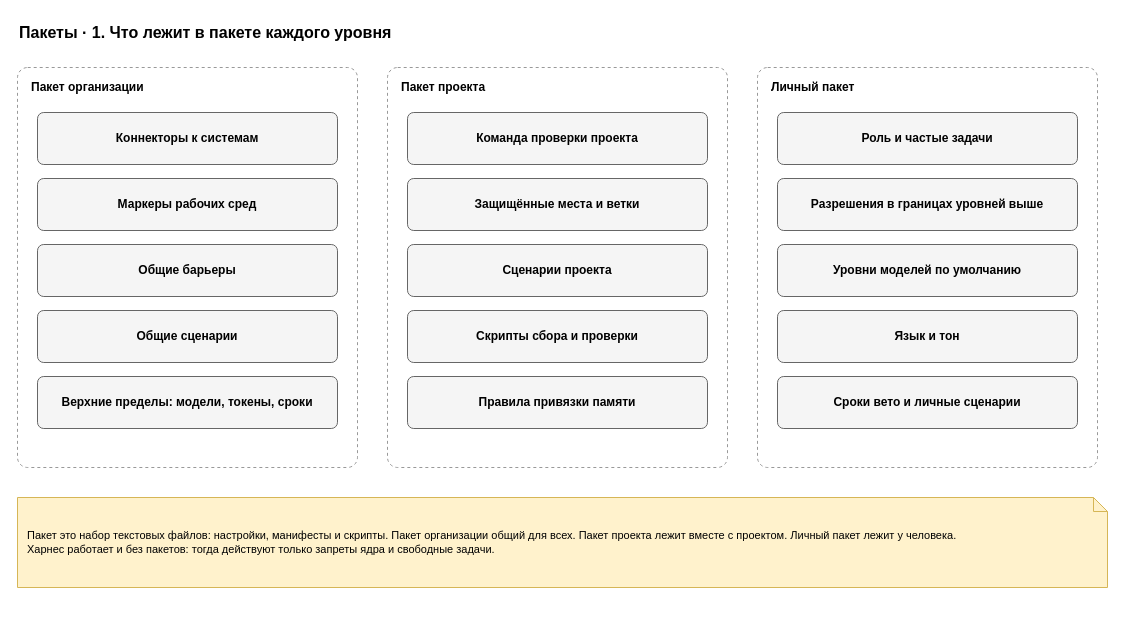
This is page "1. Состав" (1 of 5) of docs/spec/harness-packs.drawio from roygkov/reins, a draw.io file, before an edit. Source tidied: cells renumbered, new cells numbered last; positions are measured from the earlier drawing's top-left corner, leaving out a move shared by most shapes. Both pictures are drawn from the tidied source at 100%, with x=0, y=0 at pixel (17, 17).
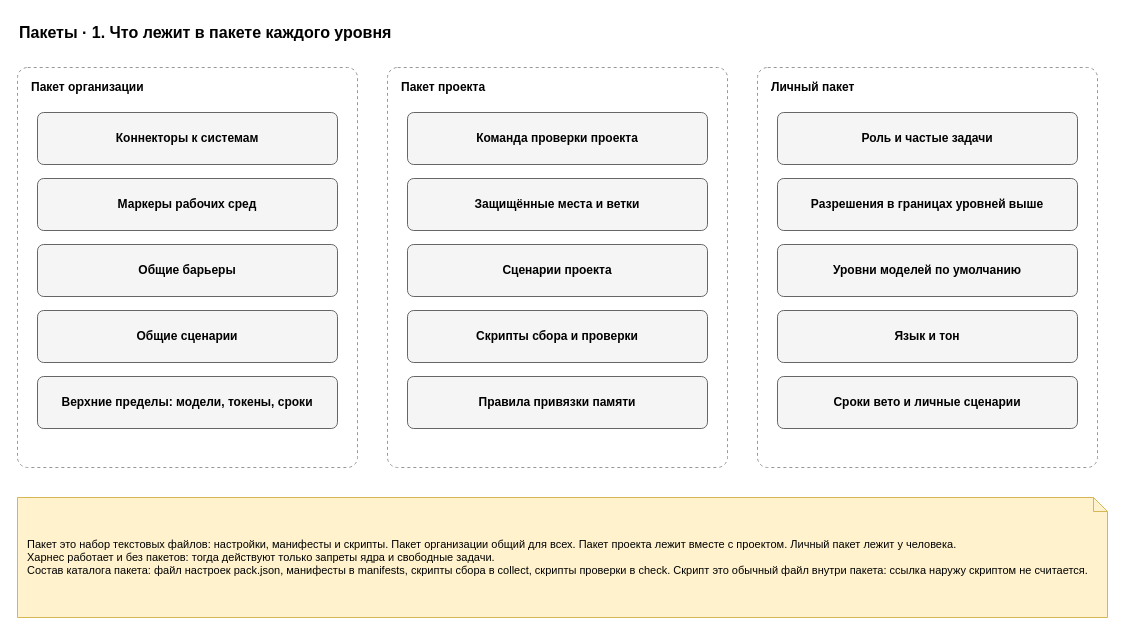
The same page after the edit.

The edit, as a diff of the source:
```diff
@@
-    <mxCell id="21" value="Пакет это набор текстовых файлов: настройки, манифесты и скрипты. Пакет организации общий для всех. Пакет проекта лежит вместе с проектом. Личный пакет лежит у человека.&lt;br&gt;Харнес работает и без пакетов: тогда действуют только запреты ядра и свободные задачи." style="shape=note;whiteSpace=wrap;html=1;backgroundOutline=1;size=14;fillColor=#fff2cc;strokeColor=#d6b656;align=left;spacingLeft=8;spacingRight=8;fontSize=11;" parent="1" vertex="1">
-      <mxGeometry y="480" width="1090" height="90" as="geometry" />
+    <mxCell id="21" value="Пакет это набор текстовых файлов: настройки, манифесты и скрипты. Пакет организации общий для всех. Пакет проекта лежит вместе с проектом. Личный пакет лежит у человека.&lt;br&gt;Харнес работает и без пакетов: тогда действуют только запреты ядра и свободные задачи.&lt;br&gt;Состав каталога пакета: файл настроек pack.json, манифесты в manifests, скрипты сбора в collect, скрипты проверки в check. Скрипт это обычный файл внутри пакета: ссылка наружу скриптом не считается." style="shape=note;whiteSpace=wrap;html=1;backgroundOutline=1;size=14;fillColor=#fff2cc;strokeColor=#d6b656;align=left;spacingLeft=8;spacingRight=8;fontSize=11;" parent="1" vertex="1">
+      <mxGeometry y="480" width="1090" height="120" as="geometry" />
     </mxCell>
```
